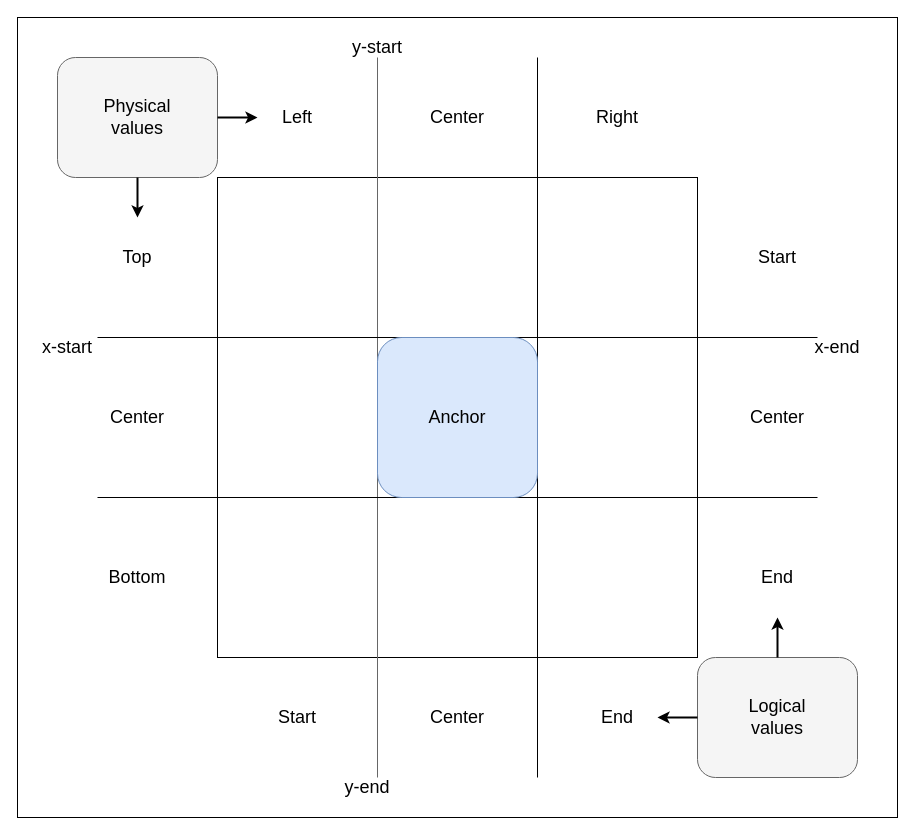
This is files/en-us/web/css/css_anchor_positioning/using/inset-area.drawio from mdn/content, a draw.io file, before an edit. Source tidied: cells renumbered, new cells numbered last; positions are measured from the earlier drawing's top-left corner, leaving out a move shared by most shapes. Both pictures are drawn from the tidied source at 100%, with x=0, y=0 at pixel (17, 17).
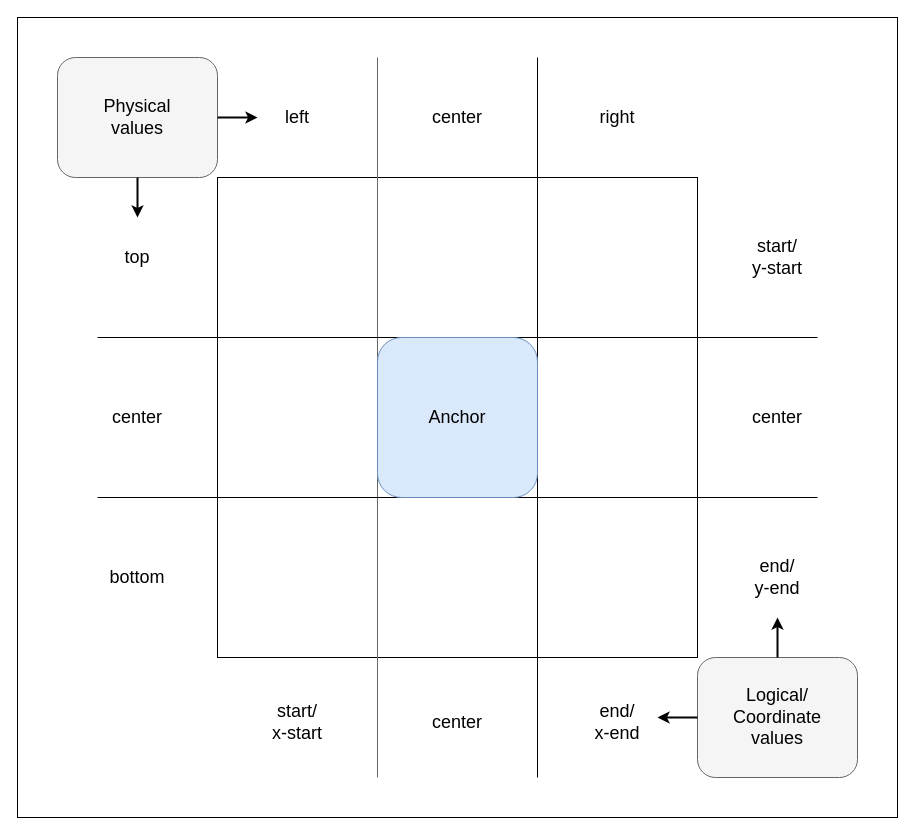
After the change.

Change to the diagram source:
```diff
@@
-    <mxCell id="10" value="&lt;font style=&quot;font-size: 18px;&quot;&gt;Start&lt;/font&gt;" style="text;html=1;strokeColor=none;fillColor=none;align=center;verticalAlign=middle;whiteSpace=wrap;rounded=0;" parent="1" vertex="1">
+    <mxCell id="10" value="&lt;div&gt;&lt;font style=&quot;font-size: 18px;&quot;&gt;start/&lt;/font&gt;&lt;/div&gt;&lt;div&gt;&lt;font style=&quot;font-size: 18px;&quot;&gt;y-start&lt;br&gt;&lt;/font&gt;&lt;/div&gt;" style="text;html=1;strokeColor=none;fillColor=none;align=center;verticalAlign=middle;whiteSpace=wrap;rounded=0;" parent="1" vertex="1">
       <mxGeometry x="730" y="225" width="60" height="30" as="geometry" />
     </mxCell>
-    <mxCell id="11" value="Center" style="text;html=1;strokeColor=none;fillColor=none;align=center;verticalAlign=middle;whiteSpace=wrap;rounded=0;fontSize=18;" parent="1" vertex="1">
+    <mxCell id="11" value="center" style="text;html=1;strokeColor=none;fillColor=none;align=center;verticalAlign=middle;whiteSpace=wrap;rounded=0;fontSize=18;" parent="1" vertex="1">
       <mxGeometry x="730" y="385" width="60" height="30" as="geometry" />
     </mxCell>
-    <mxCell id="12" value="End" style="text;html=1;strokeColor=none;fillColor=none;align=center;verticalAlign=middle;whiteSpace=wrap;rounded=0;fontSize=18;" parent="1" vertex="1">
+    <mxCell id="12" value="&lt;div&gt;end/&lt;/div&gt;&lt;div&gt;y-end&lt;br&gt;&lt;/div&gt;" style="text;html=1;strokeColor=none;fillColor=none;align=center;verticalAlign=middle;whiteSpace=wrap;rounded=0;fontSize=18;" parent="1" vertex="1">
       <mxGeometry x="730" y="545" width="60" height="30" as="geometry" />
     </mxCell>
-    <mxCell id="13" value="&lt;font style=&quot;font-size: 18px;&quot;&gt;Start&lt;/font&gt;" style="text;html=1;strokeColor=none;fillColor=none;align=center;verticalAlign=middle;whiteSpace=wrap;rounded=0;" parent="1" vertex="1">
-      <mxGeometry x="250" y="690" width="60" height="20" as="geometry" />
+    <mxCell id="13" value="&lt;div&gt;&lt;font style=&quot;font-size: 18px;&quot;&gt;start/&lt;/font&gt;&lt;/div&gt;&lt;div&gt;&lt;font style=&quot;font-size: 18px;&quot;&gt;x-start&lt;/font&gt;&lt;/div&gt;" style="text;html=1;strokeColor=none;fillColor=none;align=center;verticalAlign=middle;whiteSpace=wrap;rounded=0;" parent="1" vertex="1">
+      <mxGeometry x="250" y="695" width="60" height="20" as="geometry" />
     </mxCell>
-    <mxCell id="14" value="&lt;font style=&quot;font-size: 18px;&quot;&gt;Center&lt;/font&gt;" style="text;html=1;strokeColor=none;fillColor=none;align=center;verticalAlign=middle;whiteSpace=wrap;rounded=0;" parent="1" vertex="1">
-      <mxGeometry x="410" y="690" width="60" height="20" as="geometry" />
+    <mxCell id="14" value="&lt;font style=&quot;font-size: 18px;&quot;&gt;center&lt;/font&gt;" style="text;html=1;strokeColor=none;fillColor=none;align=center;verticalAlign=middle;whiteSpace=wrap;rounded=0;" parent="1" vertex="1">
+      <mxGeometry x="410" y="695" width="60" height="20" as="geometry" />
     </mxCell>
-    <mxCell id="15" value="&lt;font style=&quot;font-size: 18px;&quot;&gt;End&lt;/font&gt;" style="text;html=1;strokeColor=none;fillColor=none;align=center;verticalAlign=middle;whiteSpace=wrap;rounded=0;" parent="1" vertex="1">
-      <mxGeometry x="570" y="690" width="60" height="20" as="geometry" />
+    <mxCell id="15" value="&lt;div&gt;&lt;font style=&quot;font-size: 18px;&quot;&gt;end/&lt;/font&gt;&lt;/div&gt;&lt;div&gt;&lt;font style=&quot;font-size: 18px;&quot;&gt;x-end&lt;br&gt;&lt;/font&gt;&lt;/div&gt;" style="text;html=1;strokeColor=none;fillColor=none;align=center;verticalAlign=middle;whiteSpace=wrap;rounded=0;" parent="1" vertex="1">
+      <mxGeometry x="570" y="695" width="60" height="20" as="geometry" />
     </mxCell>
-    <mxCell id="16" value="&lt;font style=&quot;font-size: 18px;&quot;&gt;Top&lt;/font&gt;" style="text;html=1;strokeColor=none;fillColor=none;align=center;verticalAlign=middle;whiteSpace=wrap;rounded=0;" parent="1" vertex="1">
+    <mxCell id="16" value="&lt;font style=&quot;font-size: 18px;&quot;&gt;top&lt;/font&gt;" style="text;html=1;strokeColor=none;fillColor=none;align=center;verticalAlign=middle;whiteSpace=wrap;rounded=0;" parent="1" vertex="1">
       <mxGeometry x="90" y="225" width="60" height="30" as="geometry" />
     </mxCell>
-    <mxCell id="17" value="Center" style="text;html=1;strokeColor=none;fillColor=none;align=center;verticalAlign=middle;whiteSpace=wrap;rounded=0;fontSize=18;" parent="1" vertex="1">
+    <mxCell id="17" value="center" style="text;html=1;strokeColor=none;fillColor=none;align=center;verticalAlign=middle;whiteSpace=wrap;rounded=0;fontSize=18;" parent="1" vertex="1">
       <mxGeometry x="90" y="385" width="60" height="30" as="geometry" />
     </mxCell>
-    <mxCell id="18" value="Bottom" style="text;html=1;strokeColor=none;fillColor=none;align=center;verticalAlign=middle;whiteSpace=wrap;rounded=0;fontSize=18;" parent="1" vertex="1">
+    <mxCell id="18" value="bottom" style="text;html=1;strokeColor=none;fillColor=none;align=center;verticalAlign=middle;whiteSpace=wrap;rounded=0;fontSize=18;" parent="1" vertex="1">
       <mxGeometry x="90" y="545" width="60" height="30" as="geometry" />
     </mxCell>
-    <mxCell id="19" value="&lt;font style=&quot;font-size: 18px;&quot;&gt;Left&lt;/font&gt;" style="text;html=1;strokeColor=none;fillColor=none;align=center;verticalAlign=middle;whiteSpace=wrap;rounded=0;" parent="1" vertex="1">
+    <mxCell id="19" value="&lt;font style=&quot;font-size: 18px;&quot;&gt;left&lt;/font&gt;" style="text;html=1;strokeColor=none;fillColor=none;align=center;verticalAlign=middle;whiteSpace=wrap;rounded=0;" parent="1" vertex="1">
       <mxGeometry x="250" y="90" width="60" height="20" as="geometry" />
     </mxCell>
-    <mxCell id="20" value="&lt;font style=&quot;font-size: 18px;&quot;&gt;Center&lt;/font&gt;" style="text;html=1;strokeColor=none;fillColor=none;align=center;verticalAlign=middle;whiteSpace=wrap;rounded=0;" parent="1" vertex="1">
+    <mxCell id="20" value="&lt;font style=&quot;font-size: 18px;&quot;&gt;center&lt;/font&gt;" style="text;html=1;strokeColor=none;fillColor=none;align=center;verticalAlign=middle;whiteSpace=wrap;rounded=0;" parent="1" vertex="1">
       <mxGeometry x="410" y="90" width="60" height="20" as="geometry" />
     </mxCell>
-    <mxCell id="21" value="&lt;font style=&quot;font-size: 18px;&quot;&gt;Right&lt;/font&gt;" style="text;html=1;strokeColor=none;fillColor=none;align=center;verticalAlign=middle;whiteSpace=wrap;rounded=0;" parent="1" vertex="1">
+    <mxCell id="21" value="&lt;font style=&quot;font-size: 18px;&quot;&gt;right&lt;/font&gt;" style="text;html=1;strokeColor=none;fillColor=none;align=center;verticalAlign=middle;whiteSpace=wrap;rounded=0;" parent="1" vertex="1">
       <mxGeometry x="570" y="90" width="60" height="20" as="geometry" />
     </mxCell>
@@
-    <mxCell id="27" value="&lt;font style=&quot;font-size: 18px;&quot;&gt;Logical values&lt;br&gt;&lt;/font&gt;" style="text;html=1;strokeColor=none;fillColor=none;align=center;verticalAlign=middle;whiteSpace=wrap;rounded=0;" parent="1" vertex="1">
+    <mxCell id="27" value="&lt;div&gt;&lt;font style=&quot;font-size: 18px;&quot;&gt;Logical/&lt;/font&gt;&lt;/div&gt;&lt;div&gt;&lt;font style=&quot;font-size: 18px;&quot;&gt;Coordinate values&lt;/font&gt;&lt;/div&gt;" style="text;html=1;strokeColor=none;fillColor=none;align=center;verticalAlign=middle;whiteSpace=wrap;rounded=0;" parent="1" vertex="1">
       <mxGeometry x="730" y="685" width="60" height="30" as="geometry" />
     </mxCell>
@@
-    <mxCell id="30" value="&lt;font style=&quot;font-size: 18px;&quot;&gt;y-start&lt;/font&gt;" style="text;html=1;strokeColor=none;fillColor=none;align=center;verticalAlign=middle;whiteSpace=wrap;rounded=0;" parent="1" vertex="1">
-      <mxGeometry x="330" y="20" width="60" height="20" as="geometry" />
-    </mxCell>
-    <mxCell id="31" style="endArrow=none;html=1;rounded=0;fillColor=#f5f5f5;strokeColor=#666666;" parent="1" edge="1" target="32">
-      <mxGeometry relative="1" as="geometry">
-        <mxPoint x="360" y="760" as="sourcePoint" />
-      </mxGeometry>
-    </mxCell>
-    <mxCell id="32" value="&lt;font style=&quot;font-size: 18px;&quot;&gt;y-end&lt;/font&gt;" style="text;html=1;strokeColor=none;fillColor=none;align=center;verticalAlign=middle;whiteSpace=wrap;rounded=0;" parent="1" vertex="1">
-      <mxGeometry x="320" y="760" width="60" height="20" as="geometry" />
-    </mxCell>
-    <mxCell id="33" value="&lt;font style=&quot;font-size: 18px;&quot;&gt;x-start&lt;/font&gt;" style="text;html=1;strokeColor=none;fillColor=none;align=center;verticalAlign=middle;whiteSpace=wrap;rounded=0;" parent="1" vertex="1">
-      <mxGeometry x="20" y="320" width="60" height="20" as="geometry" />
-    </mxCell>
-    <mxCell id="34" value="&lt;font style=&quot;font-size: 18px;&quot;&gt;x-end&lt;/font&gt;" style="text;html=1;strokeColor=none;fillColor=none;align=center;verticalAlign=middle;whiteSpace=wrap;rounded=0;" parent="1" vertex="1">
-      <mxGeometry x="790" y="320" width="60" height="20" as="geometry" />
-    </mxCell>
```
